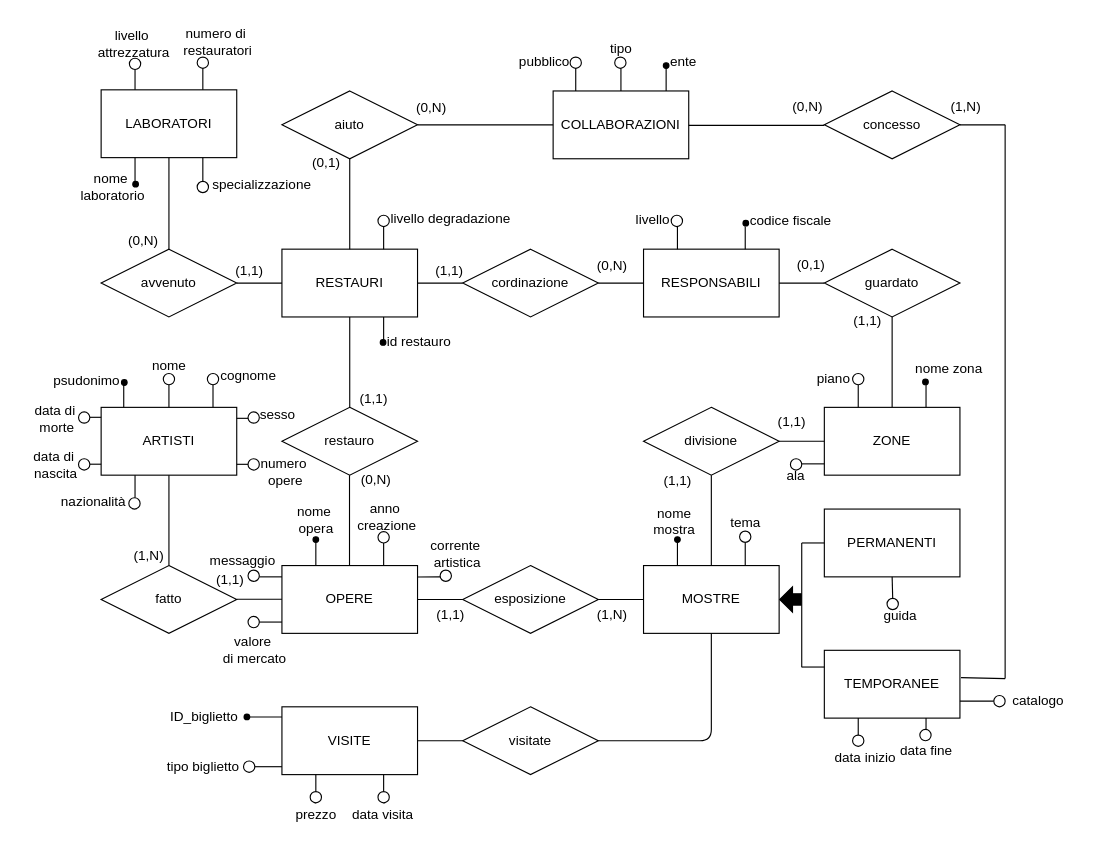
Before: doc/Museo.drawio in ColdBerri/Database-Unipd-2025, a draw.io diagram. Source tidied: cells renumbered, new cells numbered last; positions are measured from the earlier drawing's top-left corner, leaving out a move shared by most shapes. Both pictures are drawn from the tidied source at 113%, with x=0, y=0 at pixel (19, 19).
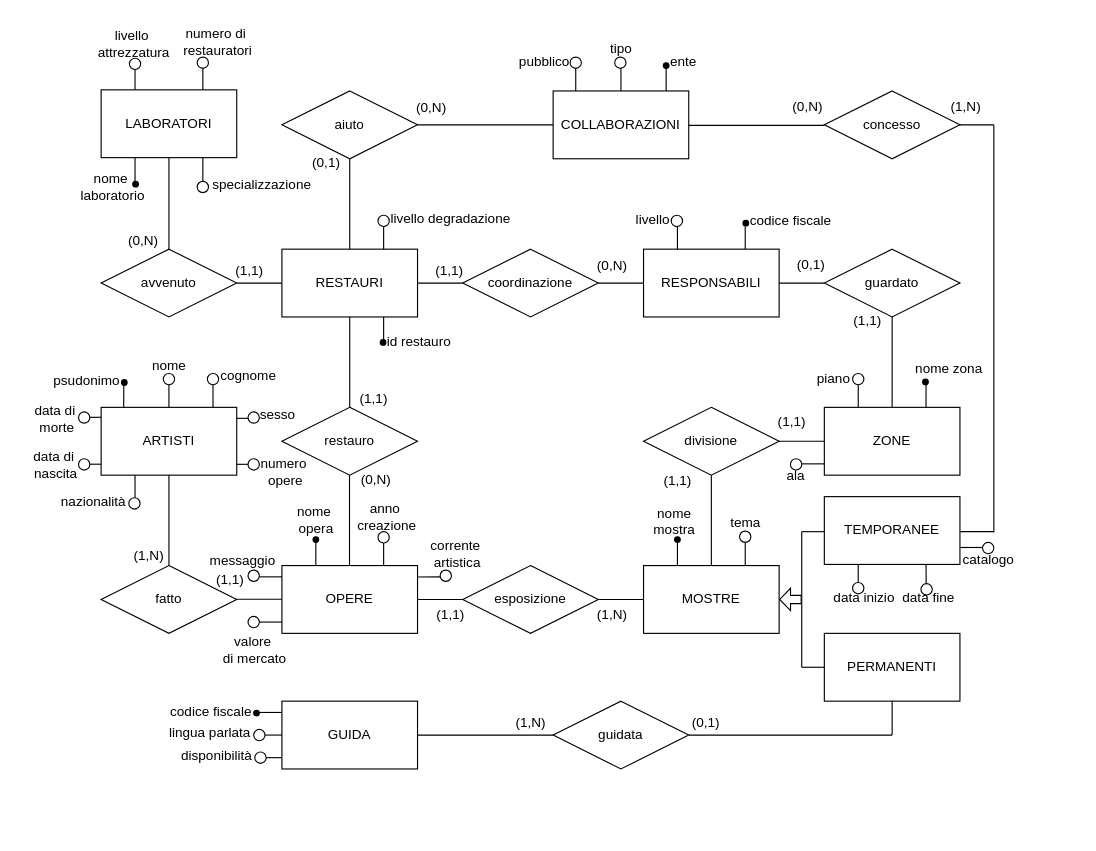
Above is the later version.

The change refers to these unchanged cells:
```xml
<mxCell id="14" value="MOSTRE" style="rounded=0;whiteSpace=wrap;html=1;" parent="1" vertex="1">
  <mxGeometry x="552" y="483" width="120" height="60" as="geometry" />
</mxCell>
<mxCell id="20" value="concesso" style="shape=rhombus;perimeter=rhombusPerimeter;whiteSpace=wrap;html=1;align=center;" parent="1" vertex="1">
  <mxGeometry x="712" y="63" width="120" height="60" as="geometry" />
</mxCell>
```

Diff of the diagram source:
```diff
@@
     <mxCell id="21" value="TEMPORANEE" style="rounded=0;whiteSpace=wrap;html=1;" parent="1" vertex="1">
-      <mxGeometry x="712" y="558" width="120" height="60" as="geometry" />
+      <mxGeometry x="712" y="422" width="120" height="60" as="geometry" />
     </mxCell>
     <mxCell id="22" value="PERMANENTI" style="rounded=0;whiteSpace=wrap;html=1;" parent="1" vertex="1">
-      <mxGeometry x="712" y="433" width="120" height="60" as="geometry" />
+      <mxGeometry x="712" y="543" width="120" height="60" as="geometry" />
     </mxCell>
     <mxCell id="23" style="endArrow=none;html=1;rounded=0;" parent="1" edge="1">
       <mxGeometry relative="1" as="geometry">
         <mxPoint x="692" y="573" as="sourcePoint" />
-        <mxPoint x="692" y="463" as="targetPoint" />
+        <mxPoint x="692" y="453" as="targetPoint" />
       </mxGeometry>
     </mxCell>
     <mxCell id="24" style="endArrow=none;html=1;rounded=0;exitX=1;exitY=0.5;exitDx=0;exitDy=0;" parent="1" edge="1" source="20">
       <mxGeometry relative="1" as="geometry">
-        <mxPoint x="872" y="93" as="targetPoint" />
+        <mxPoint x="862" y="93" as="targetPoint" />
       </mxGeometry>
     </mxCell>
@@
-    <mxCell id="28" value="cordinazione" style="shape=rhombus;perimeter=rhombusPerimeter;whiteSpace=wrap;html=1;align=center;" parent="1" vertex="1">
+    <mxCell id="28" value="coordinazione" style="shape=rhombus;perimeter=rhombusPerimeter;whiteSpace=wrap;html=1;align=center;" parent="1" vertex="1">
       <mxGeometry x="392" y="203" width="120" height="60" as="geometry" />
     </mxCell>
@@
-    <mxCell id="49" style="shape=flexArrow;endArrow=classic;html=1;rounded=0;endWidth=11.515151515151516;endSize=3.4424242424242424;entryX=1;entryY=0.5;entryDx=0;entryDy=0;fillColor=#000000;" parent="1" edge="1" target="14">
-      <mxGeometry relative="1" as="geometry">
-        <mxPoint x="692" y="513" as="sourcePoint" />
-      </mxGeometry>
-    </mxCell>
-    <mxCell id="50" style="endArrow=none;html=1;rounded=0;entryX=0;entryY=0.5;entryDx=0;entryDy=0;" parent="1" edge="1" target="22">
-      <mxGeometry relative="1" as="geometry">
-        <mxPoint x="692" y="463" as="sourcePoint" />
-      </mxGeometry>
-    </mxCell>
-    <mxCell id="51" style="endArrow=none;html=1;rounded=0;entryX=0;entryY=0.5;entryDx=0;entryDy=0;" parent="1" edge="1">
-      <mxGeometry relative="1" as="geometry">
-        <mxPoint x="692" y="572.8" as="sourcePoint" />
-        <mxPoint x="712" y="572.8" as="targetPoint" />
-      </mxGeometry>
-    </mxCell>
-    <mxCell id="52" style="endArrow=none;html=1;rounded=0;" parent="1" edge="1">
-      <mxGeometry relative="1" as="geometry">
-        <mxPoint x="872" y="583" as="sourcePoint" />
-        <mxPoint x="872" y="93" as="targetPoint" />
-      </mxGeometry>
-    </mxCell>
@@
     <mxCell id="58" value="data inizio" style="text;html=1;align=center;verticalAlign=middle;strokeColor=none;fillColor=none;" parent="1" vertex="1">
-      <mxGeometry x="708" y="638" width="80" height="30" as="geometry" />
+      <mxGeometry x="707" y="497" width="80" height="30" as="geometry" />
     </mxCell>
     <mxCell id="59" value="data fine" style="text;html=1;align=center;verticalAlign=middle;strokeColor=none;fillColor=none;" parent="1" vertex="1">
-      <mxGeometry x="766.5" y="632" width="70" height="30" as="geometry" />
+      <mxGeometry x="769" y="497" width="70" height="30" as="geometry" />
     </mxCell>
@@
-    <mxCell id="88" style="endArrow=none;html=1;rounded=0;entryX=0.25;entryY=1;entryDx=0;entryDy=0;" parent="1" edge="1" target="21">
-      <mxGeometry relative="1" as="geometry">
-        <mxPoint x="742" y="633" as="sourcePoint" />
-      </mxGeometry>
-    </mxCell>
-    <mxCell id="89" style="endArrow=none;html=1;rounded=0;entryX=0.75;entryY=1;entryDx=0;entryDy=0;" parent="1" edge="1" target="21">
-      <mxGeometry relative="1" as="geometry">
-        <mxPoint x="802" y="633" as="sourcePoint" />
-      </mxGeometry>
-    </mxCell>
     <mxCell id="90" style="ellipse;whiteSpace=wrap;html=1;" parent="1" vertex="1">
-      <mxGeometry x="737" y="633" width="10" height="10" as="geometry" />
+      <mxGeometry x="737" y="498" width="10" height="10" as="geometry" />
     </mxCell>
@@
-    <mxCell id="154" style="endArrow=none;html=1;exitX=0.5;exitY=1;exitDx=0;exitDy=0;entryX=1;entryY=0.5;entryDx=0;entryDy=0;" parent="1" edge="1" source="14" target="155">
-      <mxGeometry relative="1" as="geometry">
-        <Array as="points">
-          <mxPoint x="612" y="638" />
-        </Array>
-      </mxGeometry>
-    </mxCell>
-    <mxCell id="155" value="visitate" style="shape=rhombus;perimeter=rhombusPerimeter;whiteSpace=wrap;html=1;align=center;" parent="1" vertex="1">
-      <mxGeometry x="392" y="608" width="120" height="60" as="geometry" />
-    </mxCell>
-    <mxCell id="156" value="VISITE" style="rounded=0;whiteSpace=wrap;html=1;" parent="1" vertex="1">
-      <mxGeometry x="232" y="608" width="120" height="60" as="geometry" />
-    </mxCell>
-    <mxCell id="157" style="endArrow=none;html=1;entryX=0;entryY=0.5;entryDx=0;entryDy=0;exitX=1;exitY=0.5;exitDx=0;exitDy=0;" parent="1" edge="1" source="156" target="155">
-      <mxGeometry relative="1" as="geometry" />
-    </mxCell>
-    <mxCell id="158" style="endArrow=none;html=1;entryX=0;entryY=0;entryDx=0;entryDy=0;startArrow=none;" parent="1" edge="1" source="160">
-      <mxGeometry relative="1" as="geometry">
-        <mxPoint x="232" y="617" as="targetPoint" />
-      </mxGeometry>
-    </mxCell>
-    <mxCell id="159" style="endArrow=none;html=1;entryDx=0;entryDy=0;" parent="1" edge="1" target="160">
-      <mxGeometry relative="1" as="geometry">
-        <mxPoint x="202" y="617" as="sourcePoint" />
-      </mxGeometry>
-    </mxCell>
-    <mxCell id="160" style="shape=waypoint;sketch=0;fillStyle=solid;size=6;points=[];fillColor=none;perimeter=centerPerimeter;snapToPoint=1;" parent="1" vertex="1">
-      <mxGeometry x="191" y="607" width="20" height="20" as="geometry" />
-    </mxCell>
-    <mxCell id="161" value="ID_biglietto" style="text;html=1;align=center;verticalAlign=middle;strokeColor=none;fillColor=none;" parent="1" vertex="1">
-      <mxGeometry x="123" y="602" width="80" height="30" as="geometry" />
-    </mxCell>
-    <mxCell id="162" style="endArrow=none;html=1;entryX=0;entryY=1;entryDx=0;entryDy=0;startArrow=none;" parent="1" edge="1" source="163">
-      <mxGeometry relative="1" as="geometry">
-        <mxPoint x="232" y="661" as="targetPoint" />
-      </mxGeometry>
-    </mxCell>
-    <mxCell id="163" style="ellipse;whiteSpace=wrap;html=1;" parent="1" vertex="1">
-      <mxGeometry x="198" y="656" width="10" height="10" as="geometry" />
-    </mxCell>
-    <mxCell id="164" value="tipo biglietto" style="text;html=1;align=center;verticalAlign=middle;strokeColor=none;fillColor=none;" parent="1" vertex="1">
-      <mxGeometry x="117" y="646" width="90" height="30" as="geometry" />
-    </mxCell>
-    <mxCell id="165" style="endArrow=none;html=1;entryX=0.25;entryY=1;entryDx=0;entryDy=0;startArrow=none;" parent="1" edge="1" source="167" target="156">
-      <mxGeometry relative="1" as="geometry" />
-    </mxCell>
-    <mxCell id="166" style="endArrow=none;html=1;entryX=0.25;entryY=1;entryDx=0;entryDy=0;" parent="1" edge="1" target="167">
-      <mxGeometry relative="1" as="geometry">
-        <mxPoint x="262" y="693" as="sourcePoint" />
-      </mxGeometry>
-    </mxCell>
-    <mxCell id="167" style="ellipse;whiteSpace=wrap;html=1;" parent="1" vertex="1">
-      <mxGeometry x="257" y="683" width="10" height="10" as="geometry" />
-    </mxCell>
-    <mxCell id="168" value="prezzo" style="text;html=1;align=center;verticalAlign=middle;strokeColor=none;fillColor=none;" parent="1" vertex="1">
-      <mxGeometry x="232" y="689" width="60" height="30" as="geometry" />
-    </mxCell>
-    <mxCell id="169" style="endArrow=none;html=1;entryX=0.75;entryY=1;entryDx=0;entryDy=0;startArrow=none;" parent="1" edge="1" source="171" target="156">
-      <mxGeometry relative="1" as="geometry" />
-    </mxCell>
-    <mxCell id="170" style="endArrow=none;html=1;entryX=0.75;entryY=1;entryDx=0;entryDy=0;" parent="1" edge="1" target="171">
-      <mxGeometry relative="1" as="geometry">
-        <mxPoint x="322" y="693" as="sourcePoint" />
-      </mxGeometry>
-    </mxCell>
-    <mxCell id="171" style="ellipse;whiteSpace=wrap;html=1;" parent="1" vertex="1">
-      <mxGeometry x="317" y="683" width="10" height="10" as="geometry" />
-    </mxCell>
-    <mxCell id="172" value="data visita" style="text;html=1;align=center;verticalAlign=middle;strokeColor=none;fillColor=none;" parent="1" vertex="1">
-      <mxGeometry x="281" y="689" width="80" height="30" as="geometry" />
-    </mxCell>
-    <mxCell id="173" style="endArrow=none;html=1;exitX=1.008;exitY=0.403;exitDx=0;exitDy=0;exitPerimeter=0;" parent="1" edge="1" source="21">
-      <mxGeometry relative="1" as="geometry">
-        <mxPoint x="872" y="583" as="targetPoint" />
-      </mxGeometry>
-    </mxCell>
-    <mxCell id="174" style="ellipse;whiteSpace=wrap;html=1;" parent="1" vertex="1">
-      <mxGeometry x="796.5" y="628" width="10" height="10" as="geometry" />
-    </mxCell>
-    <mxCell id="175" style="endArrow=none;html=1;exitX=1;exitY=0.75;exitDx=0;exitDy=0;startArrow=none;" parent="1" edge="1" source="177">
-      <mxGeometry relative="1" as="geometry">
-        <mxPoint x="862" y="603" as="targetPoint" />
-      </mxGeometry>
-    </mxCell>
-    <mxCell id="176" style="endArrow=none;html=1;exitX=1;exitY=0.75;exitDx=0;exitDy=0;" parent="1" edge="1" source="21" target="177">
-      <mxGeometry relative="1" as="geometry" />
-    </mxCell>
-    <mxCell id="177" style="ellipse;whiteSpace=wrap;html=1;" parent="1" vertex="1">
-      <mxGeometry x="862" y="598" width="10" height="10" as="geometry" />
-    </mxCell>
     <mxCell id="178" value="catalogo" style="text;html=1;align=center;verticalAlign=middle;strokeColor=none;fillColor=none;" parent="1" vertex="1">
-      <mxGeometry x="866" y="588" width="70" height="30" as="geometry" />
+      <mxGeometry x="822" y="463" width="70" height="30" as="geometry" />
     </mxCell>
-    <mxCell id="179" style="endArrow=none;html=1;startArrow=none;" parent="1" edge="1" source="181">
-      <mxGeometry relative="1" as="geometry">
-        <mxPoint x="772" y="493" as="targetPoint" />
-      </mxGeometry>
-    </mxCell>
-    <mxCell id="180" style="endArrow=none;html=1;" parent="1" edge="1" target="181">
-      <mxGeometry relative="1" as="geometry">
-        <mxPoint x="772" y="513" as="sourcePoint" />
-      </mxGeometry>
-    </mxCell>
-    <mxCell id="181" style="ellipse;whiteSpace=wrap;html=1;" parent="1" vertex="1">
-      <mxGeometry x="767.5" y="512" width="10" height="10" as="geometry" />
-    </mxCell>
-    <mxCell id="182" value="guida" style="text;html=1;align=center;verticalAlign=middle;strokeColor=none;fillColor=none;" parent="1" vertex="1">
-      <mxGeometry x="754" y="513" width="50" height="30" as="geometry" />
-    </mxCell>
+    <mxCell id="183" style="endArrow=none;html=1;rounded=0;entryX=0.25;entryY=1;entryDx=0;entryDy=0;exitX=0.5;exitY=0;exitDx=0;exitDy=0;" parent="1" edge="1" source="90" target="21">
+      <mxGeometry relative="1" as="geometry" />
+    </mxCell>
+    <mxCell id="184" style="endArrow=none;html=1;rounded=0;entryX=0.75;entryY=1;entryDx=0;entryDy=0;exitX=0.471;exitY=1.069;exitDx=0;exitDy=0;exitPerimeter=0;" parent="1" edge="1" source="185" target="21">
+      <mxGeometry relative="1" as="geometry" />
+    </mxCell>
+    <mxCell id="185" style="ellipse;whiteSpace=wrap;html=1;" parent="1" vertex="1">
+      <mxGeometry x="797.5" y="499" width="10" height="10" as="geometry" />
+    </mxCell>
+    <mxCell id="186" style="endArrow=none;html=1;rounded=0;exitX=1;exitY=0.75;exitDx=0;exitDy=0;" parent="1" edge="1" source="21">
+      <mxGeometry relative="1" as="geometry">
+        <mxPoint x="852" y="467" as="targetPoint" />
+      </mxGeometry>
+    </mxCell>
+    <mxCell id="187" style="ellipse;whiteSpace=wrap;html=1;" parent="1" vertex="1">
+      <mxGeometry x="852" y="462.5" width="10" height="10" as="geometry" />
+    </mxCell>
+    <mxCell id="188" style="endArrow=none;html=1;rounded=0;" parent="1" edge="1">
+      <mxGeometry relative="1" as="geometry">
+        <mxPoint x="692" y="453" as="sourcePoint" />
+        <mxPoint x="712" y="453" as="targetPoint" />
+      </mxGeometry>
+    </mxCell>
+    <mxCell id="189" style="endArrow=none;html=1;rounded=0;" parent="1" edge="1">
+      <mxGeometry relative="1" as="geometry">
+        <mxPoint x="692" y="573" as="sourcePoint" />
+        <mxPoint x="712" y="573" as="targetPoint" />
+      </mxGeometry>
+    </mxCell>
+    <mxCell id="190" style="shape=flexArrow;endArrow=classic;html=1;rounded=0;width=7.333333333333333;endSize=2.86;endWidth=11.481481481481481;entryX=1;entryY=0.5;entryDx=0;entryDy=0;fillColor=light-dark(#FFFFFF,#000000);" parent="1" edge="1" target="14">
+      <mxGeometry relative="1" as="geometry">
+        <mxPoint x="692" y="513" as="sourcePoint" />
+      </mxGeometry>
+    </mxCell>
+    <mxCell id="191" style="endArrow=none;html=1;rounded=0;" parent="1" edge="1">
+      <mxGeometry relative="1" as="geometry">
+        <mxPoint x="832" y="453" as="sourcePoint" />
+        <mxPoint x="862" y="453" as="targetPoint" />
+      </mxGeometry>
+    </mxCell>
+    <mxCell id="192" style="endArrow=none;html=1;rounded=0;" parent="1" edge="1">
+      <mxGeometry relative="1" as="geometry">
+        <mxPoint x="862" y="453.7" as="sourcePoint" />
+        <mxPoint x="862" y="93" as="targetPoint" />
+      </mxGeometry>
+    </mxCell>
+    <mxCell id="193" value="GUIDA" style="rounded=0;whiteSpace=wrap;html=1;" parent="1" vertex="1">
+      <mxGeometry x="232" y="603" width="120" height="60" as="geometry" />
+    </mxCell>
+    <mxCell id="194" value="guidata" style="shape=rhombus;perimeter=rhombusPerimeter;whiteSpace=wrap;html=1;align=center;" parent="1" vertex="1">
+      <mxGeometry x="472" y="603" width="120" height="60" as="geometry" />
+    </mxCell>
+    <mxCell id="195" style="endArrow=none;html=1;rounded=0;entryX=0;entryY=0.5;entryDx=0;entryDy=0;exitX=1;exitY=0.5;exitDx=0;exitDy=0;" parent="1" edge="1" source="193" target="194">
+      <mxGeometry relative="1" as="geometry" />
+    </mxCell>
+    <mxCell id="196" style="endArrow=none;html=1;rounded=0;exitX=1;exitY=0.5;exitDx=0;exitDy=0;" parent="1" edge="1" source="194">
+      <mxGeometry relative="1" as="geometry">
+        <mxPoint x="772" y="633" as="targetPoint" />
+      </mxGeometry>
+    </mxCell>
+    <mxCell id="197" style="endArrow=none;html=1;rounded=0;entryX=0.5;entryY=1;entryDx=0;entryDy=0;" parent="1" edge="1" target="22">
+      <mxGeometry relative="1" as="geometry">
+        <mxPoint x="772" y="633" as="sourcePoint" />
+      </mxGeometry>
+    </mxCell>
+    <mxCell id="198" style="ellipse;whiteSpace=wrap;html=1;fillColor=#000000;" parent="1" vertex="1">
+      <mxGeometry x="207" y="611" width="5" height="5" as="geometry" />
+    </mxCell>
+    <mxCell id="199" style="endArrow=none;html=1;rounded=0;" parent="1" edge="1">
+      <mxGeometry relative="1" as="geometry">
+        <mxPoint x="212" y="613" as="sourcePoint" />
+        <mxPoint x="232" y="613" as="targetPoint" />
+      </mxGeometry>
+    </mxCell>
+    <mxCell id="200" style="endArrow=none;html=1;rounded=0;" parent="1" edge="1" source="204">
+      <mxGeometry relative="1" as="geometry">
+        <mxPoint x="232" y="633" as="targetPoint" />
+      </mxGeometry>
+    </mxCell>
+    <mxCell id="201" style="endArrow=none;html=1;rounded=0;" parent="1" edge="1">
+      <mxGeometry relative="1" as="geometry">
+        <mxPoint x="212" y="653" as="sourcePoint" />
+        <mxPoint x="232" y="653" as="targetPoint" />
+      </mxGeometry>
+    </mxCell>
+    <mxCell id="202" value="codice fiscale" style="text;html=1;align=center;verticalAlign=middle;strokeColor=none;fillColor=none;" parent="1" vertex="1">
+      <mxGeometry x="119" y="597.5" width="100" height="30" as="geometry" />
+    </mxCell>
+    <mxCell id="203" style="endArrow=none;html=1;rounded=0;" parent="1" edge="1" target="204">
+      <mxGeometry relative="1" as="geometry">
+        <mxPoint x="212" y="633" as="sourcePoint" />
+      </mxGeometry>
+    </mxCell>
+    <mxCell id="204" style="ellipse;whiteSpace=wrap;html=1;" parent="1" vertex="1">
+      <mxGeometry x="207" y="628" width="10" height="10" as="geometry" />
+    </mxCell>
+    <mxCell id="205" value="lingua parlata" style="text;html=1;align=center;verticalAlign=middle;strokeColor=none;fillColor=none;" parent="1" vertex="1">
+      <mxGeometry x="118" y="616" width="100" height="30" as="geometry" />
+    </mxCell>
+    <mxCell id="206" style="ellipse;whiteSpace=wrap;html=1;" parent="1" vertex="1">
+      <mxGeometry x="208" y="648" width="10" height="10" as="geometry" />
+    </mxCell>
+    <mxCell id="207" value="disponibilità" style="text;html=1;align=center;verticalAlign=middle;strokeColor=none;fillColor=none;" parent="1" vertex="1">
+      <mxGeometry x="129" y="637" width="90" height="30" as="geometry" />
+    </mxCell>
+    <mxCell id="208" value="(1,N)" style="text;html=1;align=center;verticalAlign=middle;strokeColor=none;fillColor=none;" parent="1" vertex="1">
+      <mxGeometry x="427" y="607" width="50" height="30" as="geometry" />
+    </mxCell>
+    <mxCell id="209" value="(0,1)" style="text;html=1;align=center;verticalAlign=middle;strokeColor=none;fillColor=none;" parent="1" vertex="1">
+      <mxGeometry x="582" y="607" width="50" height="30" as="geometry" />
+    </mxCell>
```
